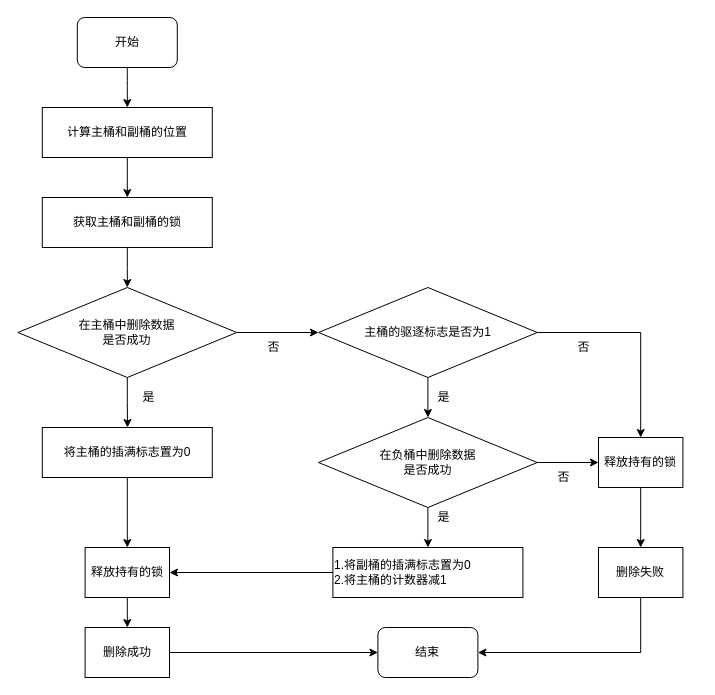
This is page "删除操作流程" (16 of 18) of 毕业论文.drawio from HustDsy/Picture, a draw.io file, before an edit. Source tidied: cells renumbered, new cells numbered last; positions are measured from the earlier drawing's top-left corner, leaving out a move shared by most shapes. Both pictures are drawn from the tidied source at 100%, with x=0, y=0 at pixel (17, 17).
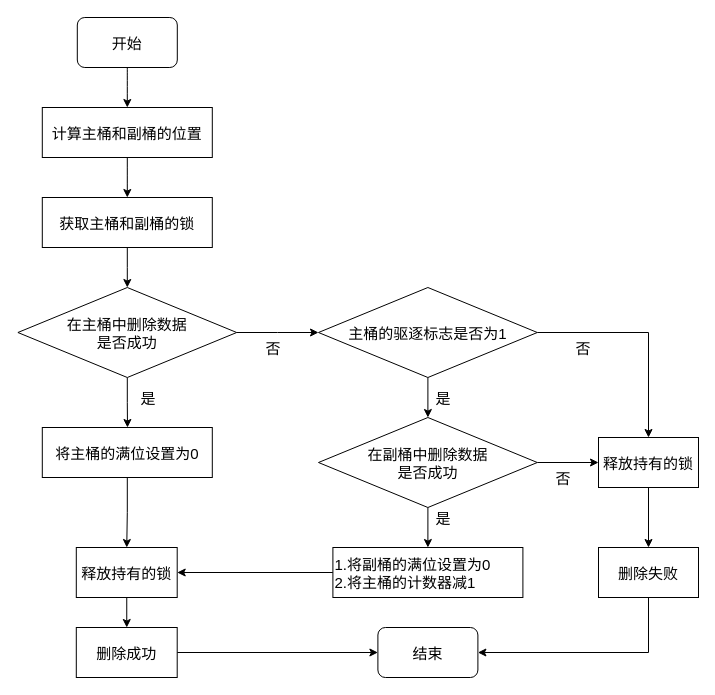
The same diagram, later.

What changed in the source:
```diff
@@
-    <mxCell id="2" style="edgeStyle=orthogonalEdgeStyle;curved=1;rounded=0;jettySize=auto;html=1;exitX=0.5;exitY=1;exitDx=0;exitDy=0;entryX=0.5;entryY=0;entryDx=0;entryDy=0;fontFamily=简宋;fontSize=12;fontColor=default;strokeWidth=1;" parent="1" edge="1" source="3" target="5">
+    <mxCell id="2" style="edgeStyle=orthogonalEdgeStyle;curved=1;rounded=0;jettySize=auto;exitX=0.5;exitY=1;exitDx=0;exitDy=0;entryX=0.5;entryY=0;entryDx=0;entryDy=0;fontFamily=简宋;fontSize=15;fontColor=default;strokeWidth=1;" parent="1" edge="1" source="3" target="5">
       <mxGeometry relative="1" as="geometry" />
     </mxCell>
-    <mxCell id="3" value="&lt;font style=&quot;font-size: 12px;&quot;&gt;开始&lt;/font&gt;" style="rounded=1;whiteSpace=wrap;html=1;comic=0;fontFamily=简宋;fontSize=12;strokeWidth=1;" parent="1" vertex="1">
+    <mxCell id="3" value="开始" style="rounded=1;comic=0;fontFamily=简宋;fontSize=15;strokeWidth=1;" parent="1" vertex="1">
       <mxGeometry x="59.8" width="100" height="50" as="geometry" />
     </mxCell>
-    <mxCell id="4" style="edgeStyle=orthogonalEdgeStyle;curved=1;rounded=0;jettySize=auto;html=1;exitX=0.5;exitY=1;exitDx=0;exitDy=0;fontFamily=简宋;fontSize=12;fontColor=default;strokeWidth=1;" parent="1" edge="1" source="5">
+    <mxCell id="4" style="edgeStyle=orthogonalEdgeStyle;curved=1;rounded=0;jettySize=auto;exitX=0.5;exitY=1;exitDx=0;exitDy=0;fontFamily=简宋;fontSize=15;fontColor=default;strokeWidth=1;" parent="1" edge="1" source="5">
       <mxGeometry relative="1" as="geometry">
         <mxPoint x="109.8" y="180" as="targetPoint" />
       </mxGeometry>
     </mxCell>
-    <mxCell id="5" value="计算主桶和副桶的位置" style="rounded=0;whiteSpace=wrap;html=1;comic=0;fontFamily=简宋;fontSize=12;fontColor=default;strokeColor=#000000;strokeWidth=1;fillColor=#FFFFFF;" parent="1" vertex="1">
+    <mxCell id="5" value="计算主桶和副桶的位置" style="rounded=0;comic=0;fontFamily=简宋;fontSize=15;fontColor=default;strokeColor=#000000;strokeWidth=1;fillColor=#FFFFFF;" parent="1" vertex="1">
       <mxGeometry x="24.8" y="90" width="170" height="50" as="geometry" />
     </mxCell>
-    <mxCell id="6" style="edgeStyle=orthogonalEdgeStyle;rounded=0;jettySize=auto;html=1;exitX=0.5;exitY=1;exitDx=0;exitDy=0;fontFamily=简宋;fontSize=12;fontColor=default;strokeWidth=1;" parent="1" edge="1" source="7">
+    <mxCell id="6" style="edgeStyle=orthogonalEdgeStyle;rounded=0;jettySize=auto;exitX=0.5;exitY=1;exitDx=0;exitDy=0;fontFamily=简宋;fontSize=15;fontColor=default;strokeWidth=1;" parent="1" edge="1" source="7">
       <mxGeometry relative="1" as="geometry">
         <mxPoint x="109.8" y="270" as="targetPoint" />
       </mxGeometry>
     </mxCell>
-    <mxCell id="7" value="获取主桶和副桶的锁" style="rounded=0;whiteSpace=wrap;html=1;comic=0;fontFamily=简宋;fontSize=12;fontColor=default;strokeColor=#000000;strokeWidth=1;fillColor=#FFFFFF;" parent="1" vertex="1">
+    <mxCell id="7" value="获取主桶和副桶的锁" style="rounded=0;comic=0;fontFamily=简宋;fontSize=15;fontColor=default;strokeColor=#000000;strokeWidth=1;fillColor=#FFFFFF;" parent="1" vertex="1">
       <mxGeometry x="24.8" y="180" width="170" height="50" as="geometry" />
     </mxCell>
-    <mxCell id="8" style="edgeStyle=orthogonalEdgeStyle;rounded=0;jettySize=auto;html=1;exitX=1;exitY=0.5;exitDx=0;exitDy=0;exitPerimeter=0;entryX=0.5;entryY=0;entryDx=0;entryDy=0;fontFamily=简宋;fontSize=12;fontColor=default;endArrow=classic;endFill=1;strokeWidth=1;" parent="1" edge="1" source="10" target="29">
+    <mxCell id="8" style="edgeStyle=orthogonalEdgeStyle;rounded=0;jettySize=auto;exitX=1;exitY=0.5;exitDx=0;exitDy=0;exitPerimeter=0;entryX=0.5;entryY=0;entryDx=0;entryDy=0;fontFamily=简宋;fontSize=15;fontColor=default;endArrow=classic;endFill=1;strokeWidth=1;" parent="1" edge="1" source="10" target="29">
       <mxGeometry relative="1" as="geometry" />
     </mxCell>
-    <mxCell id="9" style="edgeStyle=orthogonalEdgeStyle;rounded=0;jettySize=auto;html=1;exitX=0.5;exitY=1;exitDx=0;exitDy=0;exitPerimeter=0;entryX=0.5;entryY=0;entryDx=0;entryDy=0;entryPerimeter=0;fontFamily=简宋;fontSize=12;fontColor=default;endArrow=classic;endFill=1;strokeWidth=1;" parent="1" edge="1" source="10" target="26">
+    <mxCell id="9" style="edgeStyle=orthogonalEdgeStyle;rounded=0;jettySize=auto;exitX=0.5;exitY=1;exitDx=0;exitDy=0;exitPerimeter=0;entryX=0.5;entryY=0;entryDx=0;entryDy=0;entryPerimeter=0;fontFamily=简宋;fontSize=15;fontColor=default;endArrow=classic;endFill=1;strokeWidth=1;" parent="1" edge="1" source="10" target="26">
       <mxGeometry relative="1" as="geometry" />
     </mxCell>
-    <mxCell id="10" value="主桶的驱逐标志是否为1" style="strokeWidth=1;html=1;shape=mxgraph.flowchart.decision;whiteSpace=wrap;comic=0;fontFamily=简宋;fontSize=12;fontColor=default;fillColor=#FFFFFF;" parent="1" vertex="1">
+    <mxCell id="10" value="主桶的驱逐标志是否为1" style="strokeWidth=1;shape=mxgraph.flowchart.decision;comic=0;fontFamily=简宋;fontSize=15;fontColor=default;fillColor=#FFFFFF;" parent="1" vertex="1">
       <mxGeometry x="301" y="270" width="218.8" height="90" as="geometry" />
     </mxCell>
-    <mxCell id="11" style="edgeStyle=orthogonalEdgeStyle;rounded=0;jettySize=auto;html=1;exitX=0.5;exitY=1;exitDx=0;exitDy=0;exitPerimeter=0;fontFamily=简宋;fontSize=12;fontColor=default;endArrow=classic;endFill=1;strokeWidth=1;" parent="1" edge="1" source="13">
+    <mxCell id="11" style="edgeStyle=orthogonalEdgeStyle;rounded=0;jettySize=auto;exitX=0.5;exitY=1;exitDx=0;exitDy=0;exitPerimeter=0;fontFamily=简宋;fontSize=15;fontColor=default;endArrow=classic;endFill=1;strokeWidth=1;" parent="1" edge="1" source="13">
       <mxGeometry relative="1" as="geometry">
         <mxPoint x="110" y="410" as="targetPoint" />
       </mxGeometry>
     </mxCell>
-    <mxCell id="12" style="edgeStyle=orthogonalEdgeStyle;rounded=0;jettySize=auto;html=1;exitX=1;exitY=0.5;exitDx=0;exitDy=0;exitPerimeter=0;fontFamily=简宋;fontSize=12;fontColor=default;endArrow=classic;endFill=1;strokeWidth=1;" parent="1" edge="1" source="13">
+    <mxCell id="12" style="edgeStyle=orthogonalEdgeStyle;rounded=0;jettySize=auto;exitX=1;exitY=0.5;exitDx=0;exitDy=0;exitPerimeter=0;fontFamily=简宋;fontSize=15;fontColor=default;endArrow=classic;endFill=1;strokeWidth=1;" parent="1" edge="1" source="13">
       <mxGeometry relative="1" as="geometry">
         <mxPoint x="301" y="315" as="targetPoint" />
       </mxGeometry>
     </mxCell>
-    <mxCell id="13" value="在主桶中删除数据&lt;br style=&quot;font-size: 12px;&quot;&gt;是否成功" style="strokeWidth=1;html=1;shape=mxgraph.flowchart.decision;whiteSpace=wrap;comic=0;fontFamily=简宋;fontSize=12;fontColor=default;fillColor=#FFFFFF;" parent="1" vertex="1">
+    <mxCell id="13" value="在主桶中删除数据&#10;是否成功" style="strokeWidth=1;shape=mxgraph.flowchart.decision;comic=0;fontFamily=简宋;fontSize=15;fontColor=default;fillColor=#FFFFFF;" parent="1" vertex="1">
       <mxGeometry x="0.4" y="270" width="218.8" height="90" as="geometry" />
     </mxCell>
-    <mxCell id="14" value="是" style="text;html=1;align=center;verticalAlign=middle;strokeColor=none;fillColor=none;fontSize=12;fontFamily=简宋;fontColor=default;strokeWidth=1;" parent="1" vertex="1">
+    <mxCell id="14" value="是" style="text;align=center;verticalAlign=middle;strokeColor=none;fillColor=none;fontSize=15;fontFamily=简宋;fontColor=default;strokeWidth=1;" parent="1" vertex="1">
       <mxGeometry x="116" y="370" width="30" height="20" as="geometry" />
     </mxCell>
-    <mxCell id="15" value="否" style="text;html=1;align=center;verticalAlign=middle;strokeColor=none;fillColor=none;fontSize=12;fontFamily=简宋;fontColor=default;strokeWidth=1;" parent="1" vertex="1">
+    <mxCell id="15" value="否" style="text;align=center;verticalAlign=middle;strokeColor=none;fillColor=none;fontSize=15;fontFamily=简宋;fontColor=default;strokeWidth=1;" parent="1" vertex="1">
       <mxGeometry x="241" y="320" width="30" height="20" as="geometry" />
     </mxCell>
-    <mxCell id="16" style="edgeStyle=orthogonalEdgeStyle;rounded=0;jettySize=auto;html=1;exitX=0.5;exitY=1;exitDx=0;exitDy=0;entryX=0.5;entryY=0;entryDx=0;entryDy=0;fontFamily=简宋;fontSize=12;fontColor=default;endArrow=classic;endFill=1;strokeWidth=1;" parent="1" edge="1" source="17" target="22">
+    <mxCell id="16" style="edgeStyle=orthogonalEdgeStyle;rounded=0;jettySize=auto;exitX=0.5;exitY=1;exitDx=0;exitDy=0;entryX=0.5;entryY=0;entryDx=0;entryDy=0;fontFamily=简宋;fontSize=15;fontColor=default;endArrow=classic;endFill=1;strokeWidth=1;" parent="1" edge="1" source="17" target="22">
       <mxGeometry relative="1" as="geometry" />
     </mxCell>
-    <mxCell id="17" value="将主桶的插满标志置为0" style="rounded=0;whiteSpace=wrap;html=1;comic=0;fontFamily=简宋;fontSize=12;fontColor=default;strokeColor=#000000;strokeWidth=1;fillColor=#FFFFFF;" parent="1" vertex="1">
+    <mxCell id="17" value="将主桶的满位设置为0" style="rounded=0;comic=0;fontFamily=简宋;fontSize=15;fontColor=default;strokeColor=#000000;strokeWidth=1;fillColor=#FFFFFF;" parent="1" vertex="1">
       <mxGeometry x="24.8" y="410" width="170" height="50" as="geometry" />
     </mxCell>
-    <mxCell id="18" value="是" style="text;html=1;align=center;verticalAlign=middle;strokeColor=none;fillColor=none;fontSize=12;fontFamily=简宋;fontColor=default;strokeWidth=1;" parent="1" vertex="1">
+    <mxCell id="18" value="是" style="text;align=center;verticalAlign=middle;strokeColor=none;fillColor=none;fontSize=15;fontFamily=简宋;fontColor=default;strokeWidth=1;" parent="1" vertex="1">
       <mxGeometry x="411" y="370" width="30" height="20" as="geometry" />
     </mxCell>
-    <mxCell id="19" style="edgeStyle=orthogonalEdgeStyle;rounded=0;jettySize=auto;html=1;exitX=0;exitY=0.5;exitDx=0;exitDy=0;entryX=1;entryY=0.5;entryDx=0;entryDy=0;fontFamily=简宋;fontSize=12;fontColor=default;endArrow=classic;endFill=1;strokeWidth=1;" parent="1" edge="1" source="20" target="22">
+    <mxCell id="19" style="edgeStyle=orthogonalEdgeStyle;rounded=0;jettySize=auto;exitX=0;exitY=0.5;exitDx=0;exitDy=0;entryX=1;entryY=0.5;entryDx=0;entryDy=0;fontFamily=简宋;fontSize=15;fontColor=default;endArrow=classic;endFill=1;strokeWidth=1;" parent="1" edge="1" source="20" target="22">
       <mxGeometry relative="1" as="geometry" />
     </mxCell>
-    <mxCell id="20" value="1.将副桶的插满标志置为0&lt;br style=&quot;font-size: 12px;&quot;&gt;2.将主桶的计数器减1" style="rounded=0;whiteSpace=wrap;html=1;comic=0;fontFamily=简宋;fontSize=12;fontColor=default;strokeColor=#000000;strokeWidth=1;fillColor=#FFFFFF;align=left;" parent="1" vertex="1">
+    <mxCell id="20" value="1.将副桶的满位设置为0&#10;2.将主桶的计数器减1" style="rounded=0;comic=0;fontFamily=简宋;fontSize=15;fontColor=default;strokeColor=#000000;strokeWidth=1;fillColor=#FFFFFF;align=left;" parent="1" vertex="1">
       <mxGeometry x="315.4" y="530" width="190" height="50" as="geometry" />
     </mxCell>
-    <mxCell id="21" style="edgeStyle=orthogonalEdgeStyle;rounded=0;jettySize=auto;html=1;exitX=0.5;exitY=1;exitDx=0;exitDy=0;entryX=0.5;entryY=0;entryDx=0;entryDy=0;fontFamily=简宋;fontSize=12;fontColor=default;endArrow=classic;endFill=1;strokeWidth=1;" parent="1" edge="1" source="22" target="34">
+    <mxCell id="21" style="edgeStyle=orthogonalEdgeStyle;rounded=0;jettySize=auto;exitX=0.5;exitY=1;exitDx=0;exitDy=0;entryX=0.5;entryY=0;entryDx=0;entryDy=0;fontFamily=简宋;fontSize=15;fontColor=default;endArrow=classic;endFill=1;strokeWidth=1;" parent="1" edge="1" source="22" target="34">
       <mxGeometry relative="1" as="geometry" />
     </mxCell>
-    <mxCell id="22" value="释放持有的锁" style="rounded=0;whiteSpace=wrap;html=1;comic=0;fontFamily=简宋;fontSize=12;fontColor=default;strokeColor=#000000;strokeWidth=1;fillColor=#FFFFFF;" parent="1" vertex="1">
-      <mxGeometry x="67.6" y="530" width="84.4" height="50" as="geometry" />
+    <mxCell id="22" value="释放持有的锁" style="rounded=0;comic=0;fontFamily=简宋;fontSize=15;fontColor=default;strokeColor=#000000;strokeWidth=1;fillColor=#FFFFFF;" parent="1" vertex="1">
+      <mxGeometry x="58.8" y="530" width="100.9" height="50" as="geometry" />
     </mxCell>
-    <mxCell id="23" value="否" style="text;html=1;align=center;verticalAlign=middle;strokeColor=none;fillColor=none;fontSize=12;fontFamily=简宋;fontColor=default;strokeWidth=1;" parent="1" vertex="1">
+    <mxCell id="23" value="否" style="text;align=center;verticalAlign=middle;strokeColor=none;fillColor=none;fontSize=15;fontFamily=简宋;fontColor=default;strokeWidth=1;" parent="1" vertex="1">
       <mxGeometry x="551" y="320" width="30" height="20" as="geometry" />
     </mxCell>
-    <mxCell id="24" style="edgeStyle=orthogonalEdgeStyle;rounded=0;jettySize=auto;html=1;exitX=0.5;exitY=1;exitDx=0;exitDy=0;exitPerimeter=0;entryX=0.5;entryY=0;entryDx=0;entryDy=0;fontFamily=简宋;fontSize=12;fontColor=default;endArrow=classic;endFill=1;strokeWidth=1;" parent="1" edge="1" source="26" target="20">
+    <mxCell id="24" style="edgeStyle=orthogonalEdgeStyle;rounded=0;jettySize=auto;exitX=0.5;exitY=1;exitDx=0;exitDy=0;exitPerimeter=0;entryX=0.5;entryY=0;entryDx=0;entryDy=0;fontFamily=简宋;fontSize=15;fontColor=default;endArrow=classic;endFill=1;strokeWidth=1;" parent="1" edge="1" source="26" target="20">
       <mxGeometry relative="1" as="geometry" />
     </mxCell>
-    <mxCell id="25" style="edgeStyle=orthogonalEdgeStyle;rounded=0;jettySize=auto;html=1;exitX=1;exitY=0.5;exitDx=0;exitDy=0;exitPerimeter=0;entryX=0;entryY=0.5;entryDx=0;entryDy=0;fontFamily=简宋;fontSize=12;fontColor=default;endArrow=classic;endFill=1;strokeWidth=1;" parent="1" edge="1" source="26" target="29">
+    <mxCell id="25" style="edgeStyle=orthogonalEdgeStyle;rounded=0;jettySize=auto;exitX=1;exitY=0.5;exitDx=0;exitDy=0;exitPerimeter=0;entryX=0;entryY=0.5;entryDx=0;entryDy=0;fontFamily=简宋;fontSize=15;fontColor=default;endArrow=classic;endFill=1;strokeWidth=1;" parent="1" edge="1" source="26" target="29">
       <mxGeometry relative="1" as="geometry" />
     </mxCell>
-    <mxCell id="26" value="在负桶中删除数据&lt;br style=&quot;font-size: 12px;&quot;&gt;是否成功" style="strokeWidth=1;html=1;shape=mxgraph.flowchart.decision;whiteSpace=wrap;comic=0;fontFamily=简宋;fontSize=12;fontColor=default;fillColor=#FFFFFF;" parent="1" vertex="1">
+    <mxCell id="26" value="在副桶中删除数据&#10;是否成功" style="strokeWidth=1;shape=mxgraph.flowchart.decision;comic=0;fontFamily=简宋;fontSize=15;fontColor=default;fillColor=#FFFFFF;" parent="1" vertex="1">
       <mxGeometry x="301" y="400" width="218.8" height="90" as="geometry" />
     </mxCell>
-    <mxCell id="27" value="是" style="text;html=1;align=center;verticalAlign=middle;strokeColor=none;fillColor=none;fontSize=12;fontFamily=简宋;fontColor=default;strokeWidth=1;" parent="1" vertex="1">
+    <mxCell id="27" value="是" style="text;align=center;verticalAlign=middle;strokeColor=none;fillColor=none;fontSize=15;fontFamily=简宋;fontColor=default;strokeWidth=1;" parent="1" vertex="1">
       <mxGeometry x="411" y="490" width="30" height="20" as="geometry" />
     </mxCell>
-    <mxCell id="28" style="edgeStyle=orthogonalEdgeStyle;rounded=0;jettySize=auto;html=1;exitX=0.5;exitY=1;exitDx=0;exitDy=0;fontFamily=简宋;fontSize=12;fontColor=default;endArrow=classic;endFill=1;strokeWidth=1;" parent="1" edge="1" source="29" target="32">
+    <mxCell id="28" style="edgeStyle=orthogonalEdgeStyle;rounded=0;jettySize=auto;exitX=0.5;exitY=1;exitDx=0;exitDy=0;fontFamily=简宋;fontSize=15;fontColor=default;endArrow=classic;endFill=1;strokeWidth=1;" parent="1" edge="1" source="29" target="32">
       <mxGeometry relative="1" as="geometry" />
     </mxCell>
-    <mxCell id="29" value="释放持有的锁" style="rounded=0;whiteSpace=wrap;html=1;comic=0;fontFamily=简宋;fontSize=12;fontColor=default;strokeColor=#000000;strokeWidth=1;fillColor=#FFFFFF;" parent="1" vertex="1">
-      <mxGeometry x="581" y="420" width="84.4" height="50" as="geometry" />
+    <mxCell id="29" value="释放持有的锁" style="rounded=0;comic=0;fontFamily=简宋;fontSize=15;fontColor=default;strokeColor=#000000;strokeWidth=1;fillColor=#FFFFFF;" parent="1" vertex="1">
+      <mxGeometry x="581" y="420" width="100" height="50" as="geometry" />
     </mxCell>
-    <mxCell id="30" value="否" style="text;html=1;align=center;verticalAlign=middle;strokeColor=none;fillColor=none;fontSize=12;fontFamily=简宋;fontColor=default;strokeWidth=1;" parent="1" vertex="1">
+    <mxCell id="30" value="否" style="text;align=center;verticalAlign=middle;strokeColor=none;fillColor=none;fontSize=15;fontFamily=简宋;fontColor=default;strokeWidth=1;" parent="1" vertex="1">
       <mxGeometry x="531" y="450" width="30" height="20" as="geometry" />
     </mxCell>
-    <mxCell id="31" style="edgeStyle=orthogonalEdgeStyle;rounded=0;jettySize=auto;html=1;exitX=0.5;exitY=1;exitDx=0;exitDy=0;entryX=1;entryY=0.5;entryDx=0;entryDy=0;fontFamily=简宋;fontSize=12;fontColor=default;endArrow=classic;endFill=1;strokeWidth=1;" parent="1" edge="1" source="32" target="35">
+    <mxCell id="31" style="edgeStyle=orthogonalEdgeStyle;rounded=0;jettySize=auto;exitX=0.5;exitY=1;exitDx=0;exitDy=0;entryX=1;entryY=0.5;entryDx=0;entryDy=0;fontFamily=简宋;fontSize=15;fontColor=default;endArrow=classic;endFill=1;strokeWidth=1;" parent="1" edge="1" source="32" target="35">
       <mxGeometry relative="1" as="geometry" />
     </mxCell>
-    <mxCell id="32" value="删除失败" style="rounded=0;whiteSpace=wrap;html=1;comic=0;fontFamily=简宋;fontSize=12;fontColor=default;strokeColor=#000000;strokeWidth=1;fillColor=#FFFFFF;" parent="1" vertex="1">
-      <mxGeometry x="581" y="530" width="84.4" height="50" as="geometry" />
+    <mxCell id="32" value="删除失败" style="rounded=0;comic=0;fontFamily=简宋;fontSize=15;fontColor=default;strokeColor=#000000;strokeWidth=1;fillColor=#FFFFFF;" parent="1" vertex="1">
+      <mxGeometry x="581" y="530" width="100" height="50" as="geometry" />
     </mxCell>
-    <mxCell id="33" style="edgeStyle=orthogonalEdgeStyle;rounded=0;jettySize=auto;html=1;exitX=1;exitY=0.5;exitDx=0;exitDy=0;entryX=0;entryY=0.5;entryDx=0;entryDy=0;fontFamily=简宋;fontSize=12;fontColor=default;endArrow=classic;endFill=1;strokeWidth=1;" parent="1" edge="1" source="34" target="35">
+    <mxCell id="33" style="edgeStyle=orthogonalEdgeStyle;rounded=0;jettySize=auto;exitX=1;exitY=0.5;exitDx=0;exitDy=0;entryX=0;entryY=0.5;entryDx=0;entryDy=0;fontFamily=简宋;fontSize=15;fontColor=default;endArrow=classic;endFill=1;strokeWidth=1;" parent="1" edge="1" source="34" target="35">
       <mxGeometry relative="1" as="geometry" />
     </mxCell>
-    <mxCell id="34" value="删除成功" style="rounded=0;whiteSpace=wrap;html=1;comic=0;fontFamily=简宋;fontSize=12;fontColor=default;strokeColor=#000000;strokeWidth=1;fillColor=#FFFFFF;" parent="1" vertex="1">
-      <mxGeometry x="67.6" y="610" width="84.4" height="50" as="geometry" />
+    <mxCell id="34" value="删除成功" style="rounded=0;comic=0;fontFamily=简宋;fontSize=15;fontColor=default;strokeColor=#000000;strokeWidth=1;fillColor=#FFFFFF;" parent="1" vertex="1">
+      <mxGeometry x="58.8" y="610" width="100.9" height="50" as="geometry" />
     </mxCell>
-    <mxCell id="35" value="&lt;font style=&quot;font-size: 12px;&quot;&gt;结束&lt;/font&gt;" style="rounded=1;whiteSpace=wrap;html=1;comic=0;fontFamily=简宋;fontSize=12;strokeWidth=1;" parent="1" vertex="1">
+    <mxCell id="35" value="结束" style="rounded=1;comic=0;fontFamily=简宋;fontSize=15;strokeWidth=1;" parent="1" vertex="1">
       <mxGeometry x="360.4" y="610" width="100" height="50" as="geometry" />
     </mxCell>
```
